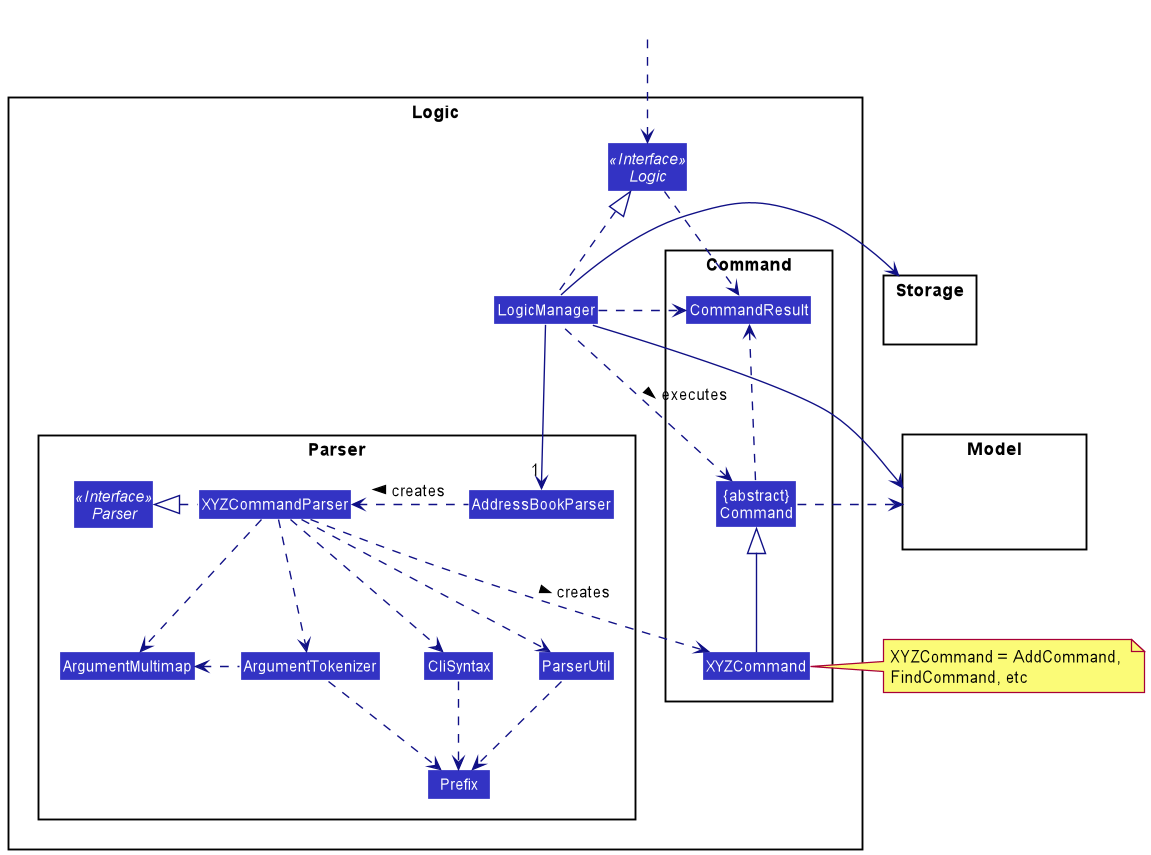
The PlantUML diagram docs/images/LogicClassDiagram.png in nus-cs2103-AY2021S2/tp, before a commit. Its source is kept beside it as docs/diagrams/LogicClassDiagram.puml.
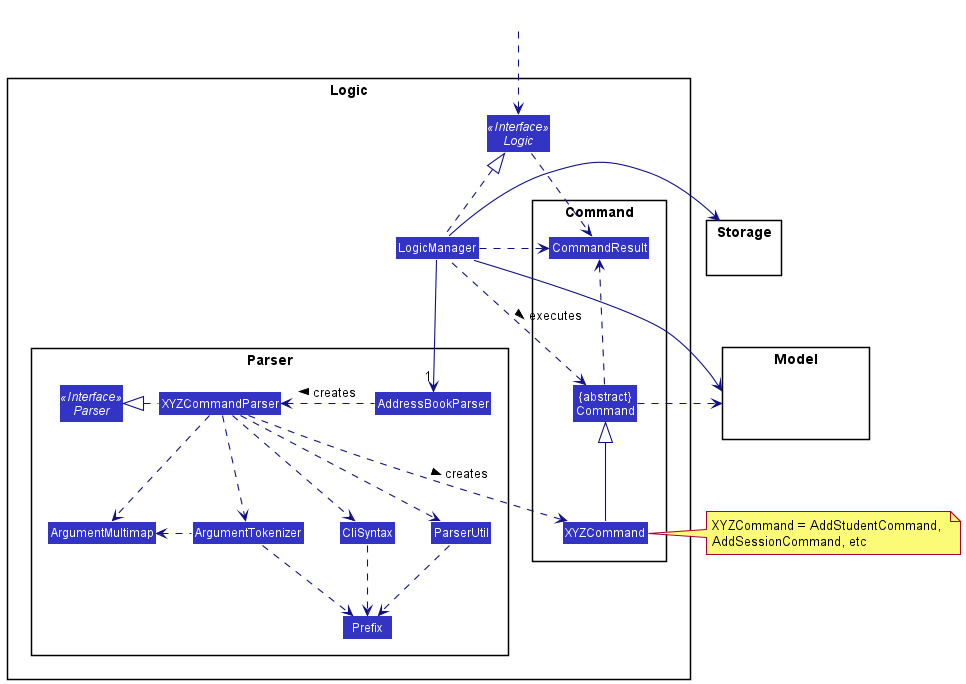
After the change.

Change to the diagram source:
```diff
@@ -60,7 +60,7 @@
 Storage --[hidden] Model
 Command .[hidden]up.> Storage
 Command .right.> Model
-note right of XYZCommand: XYZCommand = AddCommand, \nFindCommand, etc
+note right of XYZCommand: XYZCommand = AddStudentCommand, \nAddSessionCommand, etc
 
 Logic ..> CommandResult
 LogicManager .down.> CommandResult
```
